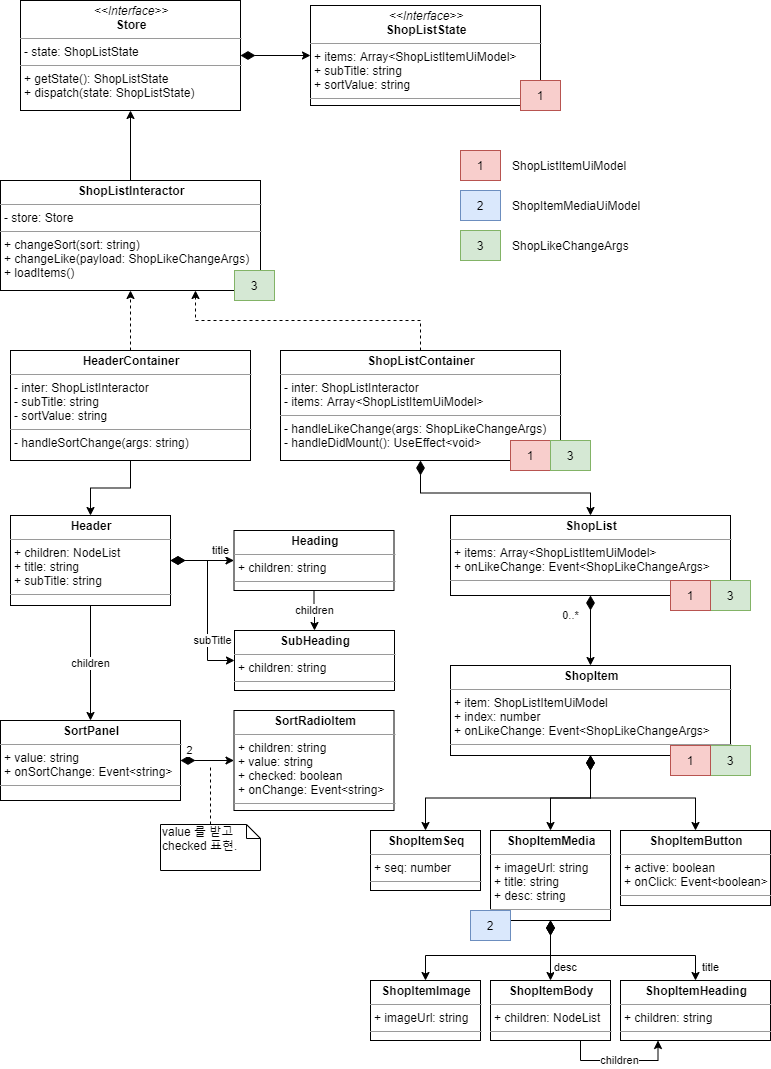
Before: sw-design/images/ui-design-007/ui-design-007-Overall002.png, a diagram exported from draw.io (thesoncriel/coding-guide). Source tidied: cells renumbered, new cells last; positions are measured from the earlier drawing's top-left corner, leaving out a move shared by most shapes.
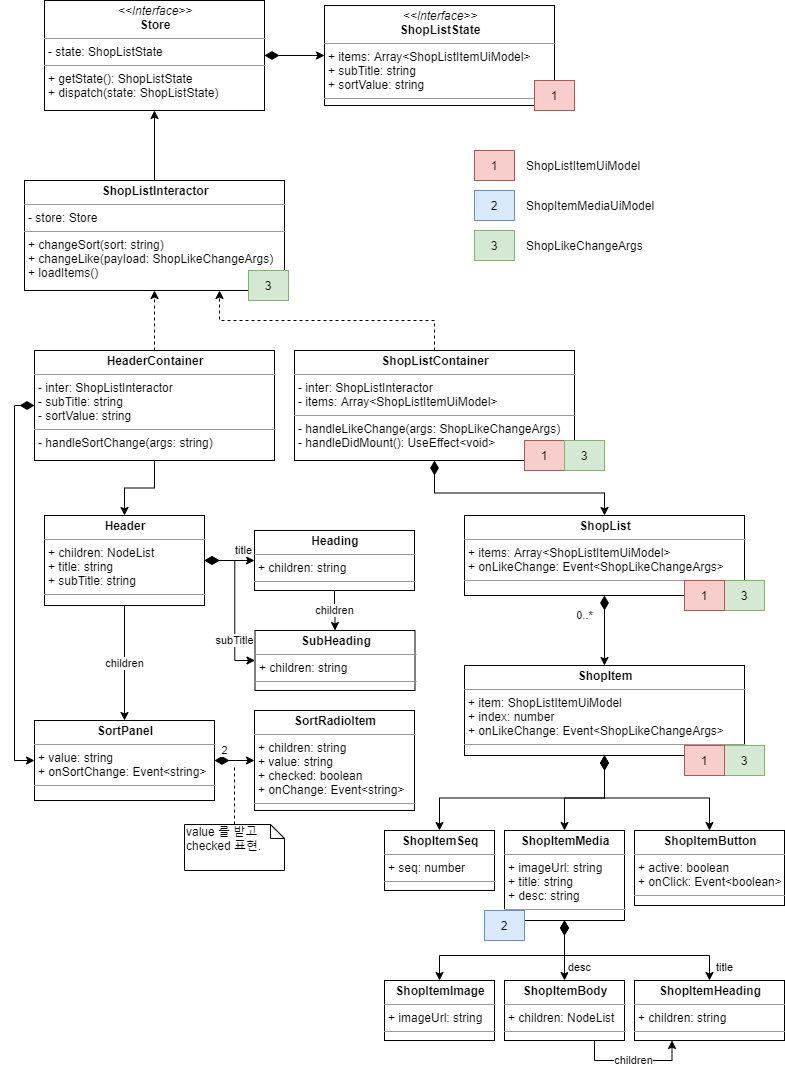
After the commit.

Commit message:
docs: ui 설계 - 7장 overall 이미지 교체

The edit, as a diff of the source:
```diff
@@ -9,7 +9,7 @@
       <mxGeometry relative="1" as="geometry" />
     </mxCell>
     <mxCell id="4" value="&lt;p style=&quot;margin: 0px ; margin-top: 4px ; text-align: center&quot;&gt;&lt;b&gt;Header&lt;/b&gt;&lt;/p&gt;&lt;hr size=&quot;1&quot;&gt;&lt;p style=&quot;margin: 0px 0px 0px 4px&quot;&gt;+ children: NodeList&lt;br&gt;&lt;/p&gt;&lt;p style=&quot;margin: 0px 0px 0px 4px&quot;&gt;+ title: string&lt;br&gt;&lt;/p&gt;&lt;p style=&quot;margin: 0px 0px 0px 4px&quot;&gt;+ subTitle: string&lt;br&gt;&lt;/p&gt;&lt;hr size=&quot;1&quot;&gt;&lt;p style=&quot;margin: 0px ; margin-left: 4px&quot;&gt;&lt;br&gt;&lt;/p&gt;" style="verticalAlign=top;align=left;overflow=fill;fontSize=12;fontFamily=Helvetica;html=1;" parent="1" vertex="1">
-      <mxGeometry x="10" y="515" width="160" height="90" as="geometry" />
+      <mxGeometry x="30" y="515" width="160" height="90" as="geometry" />
     </mxCell>
     <mxCell id="5" value="subTitle" style="edgeStyle=orthogonalEdgeStyle;rounded=0;jettySize=auto;html=1;entryX=0;entryY=0.5;entryDx=0;entryDy=0;startArrow=diamondThin;startFill=1;startSize=12;exitX=1;exitY=0.5;exitDx=0;exitDy=0;" parent="1" edge="1" source="4" target="8">
       <mxGeometry x="0.73" y="20" relative="1" as="geometry" />
@@ -18,27 +18,27 @@
       <mxGeometry relative="1" as="geometry" />
     </mxCell>
     <mxCell id="7" value="&lt;p style=&quot;margin: 0px ; margin-top: 4px ; text-align: center&quot;&gt;&lt;b&gt;Heading&lt;/b&gt;&lt;/p&gt;&lt;hr size=&quot;1&quot;&gt;&lt;p style=&quot;margin: 0px 0px 0px 4px&quot;&gt;+ children: string&lt;br&gt;&lt;/p&gt;&lt;hr size=&quot;1&quot;&gt;&lt;p style=&quot;margin: 0px ; margin-left: 4px&quot;&gt;&lt;br&gt;&lt;/p&gt;" style="verticalAlign=top;align=left;overflow=fill;fontSize=12;fontFamily=Helvetica;html=1;" parent="1" vertex="1">
-      <mxGeometry x="233.5" y="530" width="160" height="60" as="geometry" />
+      <mxGeometry x="240" y="530" width="160" height="60" as="geometry" />
     </mxCell>
     <mxCell id="8" value="&lt;p style=&quot;margin: 0px ; margin-top: 4px ; text-align: center&quot;&gt;&lt;b&gt;SubHeading&lt;/b&gt;&lt;/p&gt;&lt;hr size=&quot;1&quot;&gt;&lt;p style=&quot;margin: 0px 0px 0px 4px&quot;&gt;+ children: string&lt;br&gt;&lt;/p&gt;&lt;hr size=&quot;1&quot;&gt;&lt;p style=&quot;margin: 0px ; margin-left: 4px&quot;&gt;&lt;br&gt;&lt;/p&gt;" style="verticalAlign=top;align=left;overflow=fill;fontSize=12;fontFamily=Helvetica;html=1;" parent="1" vertex="1">
-      <mxGeometry x="234" y="630" width="160" height="60" as="geometry" />
+      <mxGeometry x="240.5" y="630" width="160" height="60" as="geometry" />
     </mxCell>
     <mxCell id="9" value="2" style="edgeStyle=orthogonalEdgeStyle;rounded=0;jettySize=auto;html=1;startSize=12;startArrow=diamondThin;startFill=1;" parent="1" edge="1" source="10" target="11">
       <mxGeometry x="-0.67" y="10" relative="1" as="geometry" />
     </mxCell>
     <mxCell id="10" value="&lt;p style=&quot;margin: 0px ; margin-top: 4px ; text-align: center&quot;&gt;&lt;b&gt;SortPanel&lt;/b&gt;&lt;/p&gt;&lt;hr size=&quot;1&quot;&gt;&lt;p style=&quot;margin: 0px 0px 0px 4px&quot;&gt;+ value: string&lt;/p&gt;&lt;p style=&quot;margin: 0px 0px 0px 4px&quot;&gt;+ onSortChange: Event&amp;lt;string&amp;gt;&lt;br&gt;&lt;/p&gt;&lt;hr size=&quot;1&quot;&gt;&lt;p style=&quot;margin: 0px ; margin-left: 4px&quot;&gt;&lt;br&gt;&lt;/p&gt;" style="verticalAlign=top;align=left;overflow=fill;fontSize=12;fontFamily=Helvetica;html=1;" parent="1" vertex="1">
-      <mxGeometry y="720" width="180" height="80" as="geometry" />
+      <mxGeometry x="20" y="720" width="180" height="80" as="geometry" />
     </mxCell>
     <mxCell id="11" value="&lt;p style=&quot;margin: 0px ; margin-top: 4px ; text-align: center&quot;&gt;&lt;b&gt;SortRadioItem&lt;/b&gt;&lt;/p&gt;&lt;hr size=&quot;1&quot;&gt;&lt;p style=&quot;margin: 0px 0px 0px 4px&quot;&gt;+ children: string&lt;/p&gt;&lt;p style=&quot;margin: 0px 0px 0px 4px&quot;&gt;+ value: string&lt;br&gt;&lt;/p&gt;&lt;p style=&quot;margin: 0px 0px 0px 4px&quot;&gt;+ checked: boolean&lt;/p&gt;&lt;p style=&quot;margin: 0px 0px 0px 4px&quot;&gt;+ onChange: Event&amp;lt;string&amp;gt;&lt;/p&gt;&lt;hr size=&quot;1&quot;&gt;&lt;p style=&quot;margin: 0px ; margin-left: 4px&quot;&gt;&lt;br&gt;&lt;/p&gt;" style="verticalAlign=top;align=left;overflow=fill;fontSize=12;fontFamily=Helvetica;html=1;" parent="1" vertex="1">
-      <mxGeometry x="233.5" y="710" width="160" height="100" as="geometry" />
+      <mxGeometry x="240" y="710" width="160" height="100" as="geometry" />
     </mxCell>
     <mxCell id="12" style="edgeStyle=orthogonalEdgeStyle;rounded=0;jettySize=auto;html=1;startArrow=none;startFill=0;startSize=12;endSize=6;endArrow=none;endFill=0;dashed=1;" parent="1" edge="1" source="13">
       <mxGeometry relative="1" as="geometry">
-        <mxPoint x="210" y="765" as="targetPoint" />
+        <mxPoint x="220" y="765" as="targetPoint" />
       </mxGeometry>
     </mxCell>
     <mxCell id="13" value="&lt;div&gt;value 를 받고&lt;/div&gt;&lt;div&gt;checked 표현.&lt;br&gt;&lt;/div&gt;" style="shape=note;whiteSpace=wrap;html=1;size=14;verticalAlign=top;align=left;spacingTop=-6;" parent="1" vertex="1">
-      <mxGeometry x="160" y="824" width="100" height="46" as="geometry" />
+      <mxGeometry x="170" y="824" width="100" height="46" as="geometry" />
     </mxCell>
     <mxCell id="14" value="&lt;p style=&quot;margin: 0px ; margin-top: 4px ; text-align: center&quot;&gt;&lt;b&gt;ShopItemImage&lt;/b&gt;&lt;/p&gt;&lt;hr size=&quot;1&quot;&gt;&lt;p style=&quot;margin: 0px ; margin-left: 4px&quot;&gt;+ imageUrl: string&lt;/p&gt;&lt;hr size=&quot;1&quot;&gt;&lt;p style=&quot;margin: 0px ; margin-left: 4px&quot;&gt;&lt;br&gt;&lt;/p&gt;" style="verticalAlign=top;align=left;overflow=fill;fontSize=12;fontFamily=Helvetica;html=1;" parent="1" vertex="1">
       <mxGeometry x="370" y="980" width="110" height="60" as="geometry" />
@@ -94,8 +94,16 @@
     <mxCell id="31" style="edgeStyle=orthogonalEdgeStyle;rounded=0;jettySize=auto;html=1;startSize=12;" parent="1" edge="1" source="32" target="4">
       <mxGeometry relative="1" as="geometry" />
     </mxCell>
+    <mxCell id="57" style="edgeStyle=orthogonalEdgeStyle;rounded=0;jettySize=auto;html=1;exitX=0;exitY=0.5;exitDx=0;exitDy=0;entryX=0;entryY=0.5;entryDx=0;entryDy=0;startArrow=diamondThin;startFill=1;startSize=12;endArrow=classic;endFill=1;endSize=6;" parent="1" edge="1" source="32" target="10">
+      <mxGeometry relative="1" as="geometry">
+        <Array as="points">
+          <mxPoint y="405" />
+          <mxPoint y="760" />
+        </Array>
+      </mxGeometry>
+    </mxCell>
     <mxCell id="32" value="&lt;p style=&quot;margin: 0px ; margin-top: 4px ; text-align: center&quot;&gt;&lt;b&gt;HeaderContainer&lt;/b&gt;&lt;br&gt;&lt;/p&gt;&lt;hr size=&quot;1&quot;&gt;&lt;p style=&quot;margin: 0px ; margin-left: 4px&quot;&gt;- inter: ShopListInteractor&lt;/p&gt;&lt;p style=&quot;margin: 0px ; margin-left: 4px&quot;&gt;- subTitle: string&lt;br&gt;&lt;/p&gt;&lt;p style=&quot;margin: 0px ; margin-left: 4px&quot;&gt;- sortValue: string&lt;/p&gt;&lt;hr size=&quot;1&quot;&gt;&lt;p style=&quot;margin: 0px ; margin-left: 4px&quot;&gt;- handleSortChange(args: string)&lt;/p&gt;" style="verticalAlign=top;align=left;overflow=fill;fontSize=12;fontFamily=Helvetica;html=1;" parent="1" vertex="1">
-      <mxGeometry x="10" y="350" width="240" height="110" as="geometry" />
+      <mxGeometry x="20" y="350" width="240" height="110" as="geometry" />
     </mxCell>
     <mxCell id="33" style="edgeStyle=orthogonalEdgeStyle;rounded=0;jettySize=auto;html=1;entryX=0.75;entryY=1;entryDx=0;entryDy=0;exitX=0.5;exitY=0;exitDx=0;exitDy=0;dashed=1;" parent="1" edge="1" source="35" target="37">
       <mxGeometry relative="1" as="geometry" />
@@ -110,13 +118,13 @@
       <mxGeometry relative="1" as="geometry" />
     </mxCell>
     <mxCell id="37" value="&lt;p style=&quot;margin: 0px ; margin-top: 4px ; text-align: center&quot;&gt;&lt;b&gt;ShopListInteractor&lt;/b&gt;&lt;/p&gt;&lt;hr size=&quot;1&quot;&gt;&lt;p style=&quot;margin: 0px ; margin-left: 4px&quot;&gt;- store: Store&lt;/p&gt;&lt;hr size=&quot;1&quot;&gt;&lt;p style=&quot;margin: 0px ; margin-left: 4px&quot;&gt;+ changeSort(sort: string)&lt;/p&gt;&lt;p style=&quot;margin: 0px ; margin-left: 4px&quot;&gt;+ changeLike(payload: ShopLikeChangeArgs)&lt;/p&gt;&lt;p style=&quot;margin: 0px ; margin-left: 4px&quot;&gt;+ loadItems()&lt;/p&gt;" style="verticalAlign=top;align=left;overflow=fill;fontSize=12;fontFamily=Helvetica;html=1;" parent="1" vertex="1">
-      <mxGeometry y="180" width="260" height="110" as="geometry" />
+      <mxGeometry x="10" y="180" width="260" height="110" as="geometry" />
     </mxCell>
     <mxCell id="38" style="edgeStyle=orthogonalEdgeStyle;rounded=0;jettySize=auto;html=1;startArrow=diamondThin;startFill=1;startSize=12;" parent="1" edge="1" source="39" target="40">
       <mxGeometry relative="1" as="geometry" />
     </mxCell>
     <mxCell id="39" value="&lt;p style=&quot;margin: 0px ; margin-top: 4px ; text-align: center&quot;&gt;&lt;i&gt;&amp;lt;&amp;lt;Interface&amp;gt;&amp;gt;&lt;/i&gt;&lt;br&gt;&lt;b&gt;Store&lt;/b&gt;&lt;/p&gt;&lt;hr size=&quot;1&quot;&gt;&lt;p style=&quot;margin: 0px ; margin-left: 4px&quot;&gt;- state: ShopListState&lt;/p&gt;&lt;hr size=&quot;1&quot;&gt;&lt;p style=&quot;margin: 0px ; margin-left: 4px&quot;&gt;+ getState(): ShopListState&lt;br&gt;+ dispatch(state: ShopListState)&lt;/p&gt;" style="verticalAlign=top;align=left;overflow=fill;fontSize=12;fontFamily=Helvetica;html=1;" parent="1" vertex="1">
-      <mxGeometry x="20" width="220" height="110" as="geometry" />
+      <mxGeometry x="30" width="220" height="110" as="geometry" />
     </mxCell>
     <mxCell id="40" value="&lt;p style=&quot;margin: 0px ; margin-top: 4px ; text-align: center&quot;&gt;&lt;i&gt;&amp;lt;&amp;lt;Interface&amp;gt;&amp;gt;&lt;/i&gt;&lt;br&gt;&lt;b&gt;ShopListState&lt;/b&gt;&lt;/p&gt;&lt;hr size=&quot;1&quot;&gt;&lt;p style=&quot;margin: 0px ; margin-left: 4px&quot;&gt;+ items: Array&amp;lt;ShopListItemUiModel&amp;gt;&lt;/p&gt;&lt;p style=&quot;margin: 0px ; margin-left: 4px&quot;&gt;+ subTitle: string&lt;/p&gt;&lt;p style=&quot;margin: 0px ; margin-left: 4px&quot;&gt;+ sortValue: string&lt;/p&gt;&lt;hr size=&quot;1&quot;&gt;&lt;p style=&quot;margin: 0px ; margin-left: 4px&quot;&gt;&lt;br&gt;&lt;/p&gt;" style="verticalAlign=top;align=left;overflow=fill;fontSize=12;fontFamily=Helvetica;html=1;" parent="1" vertex="1">
       <mxGeometry x="310" y="5" width="230" height="100" as="geometry" />
```
